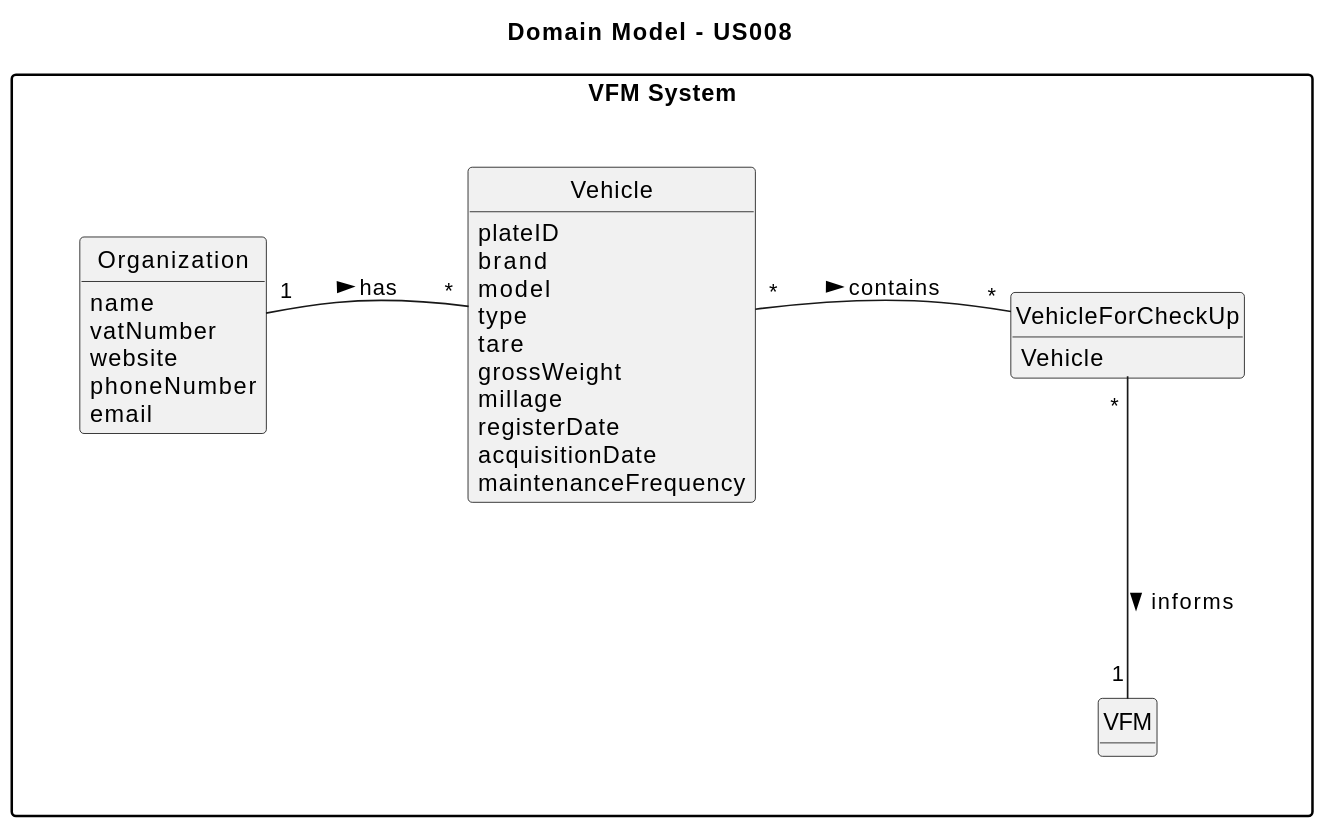
Above: docs/sprintA/us008/02.analysis/svg/us008-domain-model-Domain_Model___US008.svg in SAEmanuel/Green_Spaces_Management_ISEP (PlantUML), before the change. The source it was exported from:
```plantuml
@startuml
skinparam monochrome true
skinparam packageStyle rectangle
skinparam shadowing false


skinparam classAttributeIconSize 0

hide circle
hide methods
package "VFM System" {

title Domain Model - US008

class VehicleForCheckUp {
    Vehicle
}

class VFM {
}

class Vehicle {
         plateID
         brand
         model
         type
         tare
         grossWeight
         millage
         registerDate
         acquisitionDate
         maintenanceFrequency
}

class Organization {
name
vatNumber
website
phoneNumber
email
}



Organization "1" - "*" Vehicle: has >
Vehicle "*"- "*" VehicleForCheckUp: contains >
VehicleForCheckUp "*" -- "1" VFM : informs >
@enduml
```
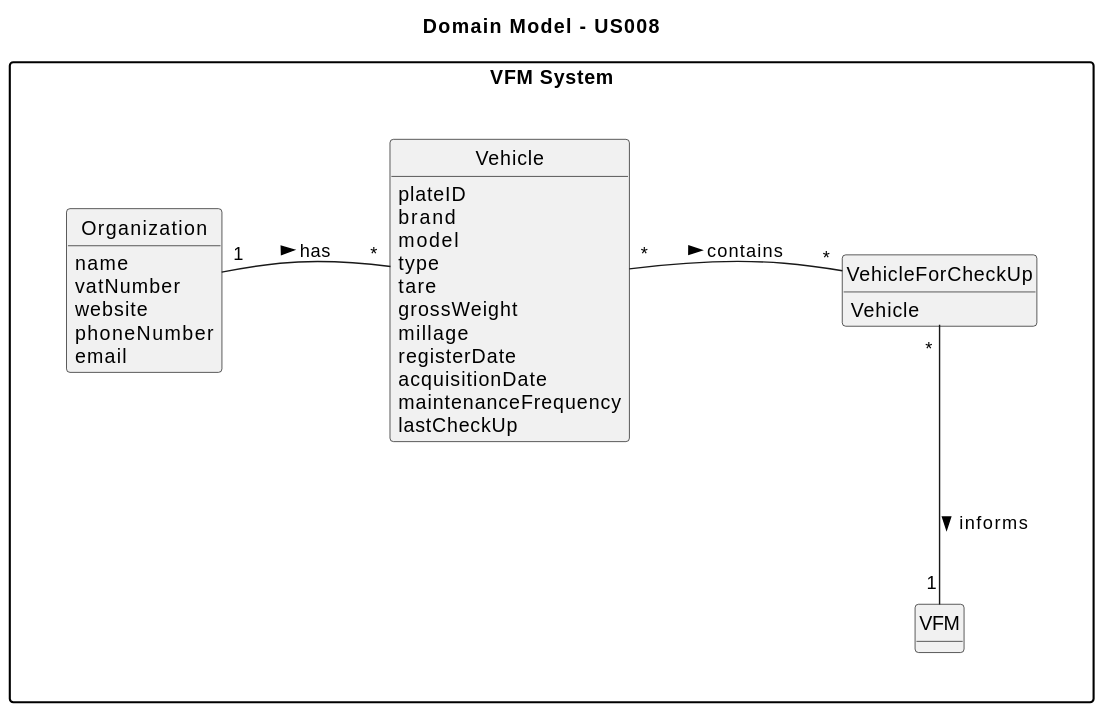
The same file after the commit.

The edit, as a diff of the source:
```diff
@@ -30,6 +30,7 @@
          registerDate
          acquisitionDate
          maintenanceFrequency
+         lastCheckUp
 }
 
 class Organization {
```
